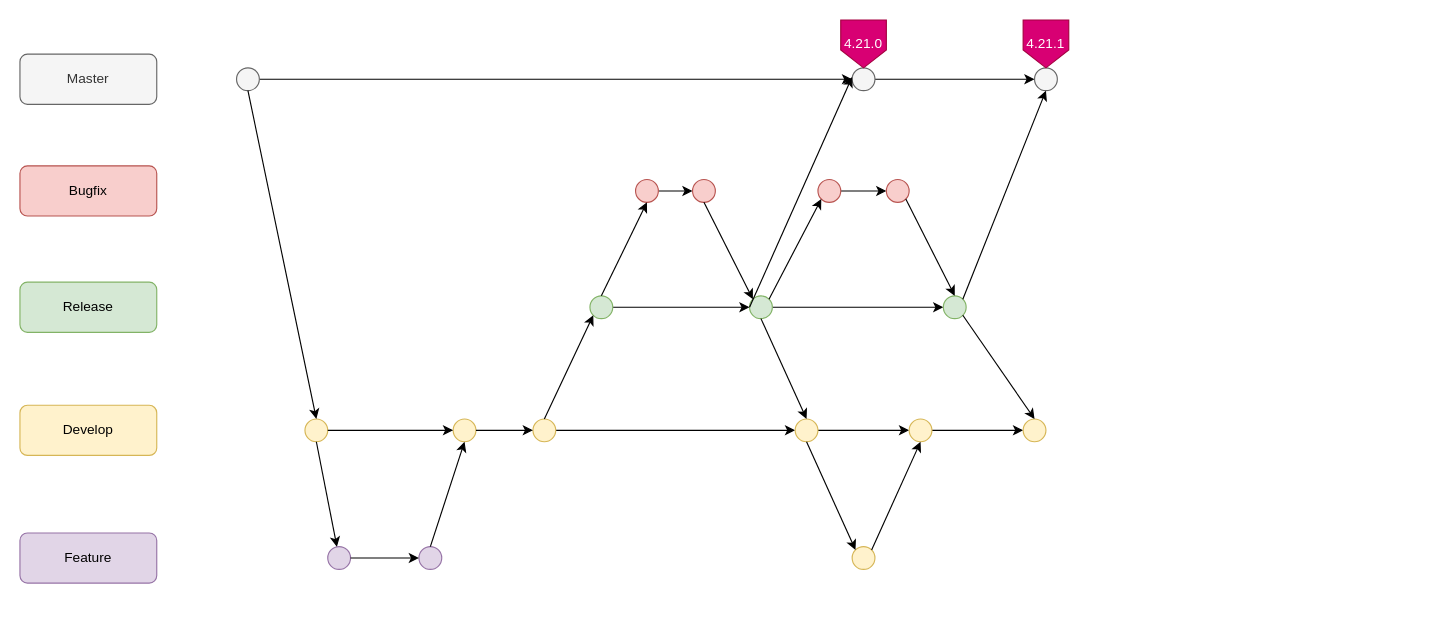
Earlier version of the draw.io diagram gm_diagram/Untitled Diagram.drawio (Xaviou1003/uml_diagram_draw). Source tidied: cells renumbered, new cells numbered last; positions are measured from the earlier drawing's top-left corner, leaving out a move shared by most shapes. Both pictures are drawn from the tidied source at 114%, with x=0, y=0 at pixel (19, 19).
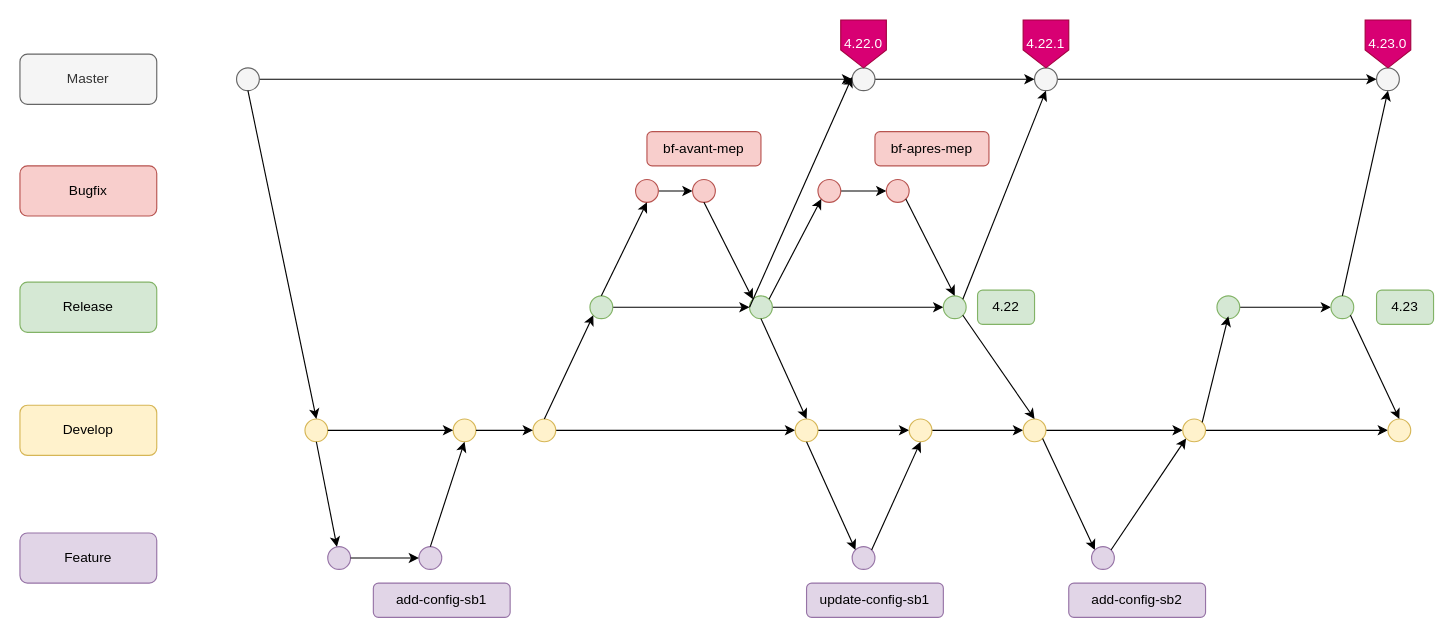
The same page after the edit.

Unchanged cells that the change refers to:
```xml
<mxCell id="6" style="ellipse;whiteSpace=wrap;html=1;fillColor=#f5f5f5;strokeColor=#666666;fontColor=#333333;" parent="1" vertex="1">
  <mxGeometry x="890" y="42" width="20" height="20" as="geometry" />
</mxCell>
<mxCell id="17" style="ellipse;whiteSpace=wrap;html=1;fillColor=#fff2cc;strokeColor=#d6b656;" parent="1" vertex="1">
  <mxGeometry x="880" y="350" width="20" height="20" as="geometry" />
</mxCell>
```

What changed in the source:
```diff
@@
+    <mxCell id="54" style="edgeStyle=orthogonalEdgeStyle;rounded=0;jettySize=auto;html=1;" parent="1" edge="1" source="6" target="55">
+      <mxGeometry relative="1" as="geometry" />
+    </mxCell>
@@
+    <mxCell id="55" style="ellipse;whiteSpace=wrap;html=1;fillColor=#f5f5f5;strokeColor=#666666;fontColor=#333333;" parent="1" vertex="1">
+      <mxGeometry x="1190" y="42" width="20" height="20" as="geometry" />
+    </mxCell>
@@
+    <mxCell id="56" style="edgeStyle=orthogonalEdgeStyle;rounded=0;jettySize=auto;html=1;" parent="1" edge="1" source="17" target="58">
+      <mxGeometry relative="1" as="geometry" />
+    </mxCell>
@@
+    <mxCell id="57" style="edgeStyle=orthogonalEdgeStyle;rounded=0;jettySize=auto;html=1;" parent="1" edge="1" source="58" target="59">
+      <mxGeometry relative="1" as="geometry" />
+    </mxCell>
+    <mxCell id="58" style="ellipse;whiteSpace=wrap;html=1;fillColor=#fff2cc;strokeColor=#d6b656;" parent="1" vertex="1">
+      <mxGeometry x="1020" y="350" width="20" height="20" as="geometry" />
+    </mxCell>
+    <mxCell id="59" style="ellipse;whiteSpace=wrap;html=1;fillColor=#fff2cc;strokeColor=#d6b656;" parent="1" vertex="1">
+      <mxGeometry x="1200" y="350" width="20" height="20" as="geometry" />
+    </mxCell>
@@
+    <mxCell id="60" style="edgeStyle=orthogonalEdgeStyle;rounded=0;jettySize=auto;html=1;" parent="1" edge="1" source="61" target="62">
+      <mxGeometry relative="1" as="geometry" />
+    </mxCell>
+    <mxCell id="61" style="ellipse;whiteSpace=wrap;html=1;fillColor=#d5e8d4;strokeColor=#82b366;" parent="1" vertex="1">
+      <mxGeometry x="1050" y="242" width="20" height="20" as="geometry" />
+    </mxCell>
+    <mxCell id="62" style="ellipse;whiteSpace=wrap;html=1;fillColor=#d5e8d4;strokeColor=#82b366;" parent="1" vertex="1">
+      <mxGeometry x="1150" y="242" width="20" height="20" as="geometry" />
+    </mxCell>
@@
-    <mxCell id="29" style="ellipse;whiteSpace=wrap;html=1;fillColor=#fff2cc;strokeColor=#d6b656;" parent="1" vertex="1">
+    <mxCell id="29" style="ellipse;whiteSpace=wrap;html=1;fillColor=#e1d5e7;strokeColor=#9673a6;" parent="1" vertex="1">
       <mxGeometry x="730" y="462" width="20" height="20" as="geometry" />
     </mxCell>
@@
-    <mxCell id="46" value="4.21.0" style="shape=offPageConnector;whiteSpace=wrap;html=1;fillColor=#d80073;strokeColor=#A50040;fontColor=#ffffff;" parent="1" vertex="1">
+    <mxCell id="46" value="4.22.0" style="shape=offPageConnector;whiteSpace=wrap;html=1;fillColor=#d80073;strokeColor=#A50040;fontColor=#ffffff;" parent="1" vertex="1">
       <mxGeometry x="720" width="40" height="42" as="geometry" />
     </mxCell>
@@
-    <mxCell id="51" value="4.21.1" style="shape=offPageConnector;whiteSpace=wrap;html=1;fillColor=#d80073;strokeColor=#A50040;fontColor=#ffffff;" parent="1" vertex="1">
+    <mxCell id="51" value="4.22.1" style="shape=offPageConnector;whiteSpace=wrap;html=1;fillColor=#d80073;strokeColor=#A50040;fontColor=#ffffff;" parent="1" vertex="1">
       <mxGeometry x="880" width="40" height="42" as="geometry" />
     </mxCell>
@@
+    <mxCell id="63" style="endArrow=classic;html=1;exitX=1;exitY=1;exitDx=0;exitDy=0;entryX=0;entryY=0;entryDx=0;entryDy=0;" parent="1" edge="1" source="17" target="64">
+      <mxGeometry relative="1" as="geometry" />
+    </mxCell>
+    <mxCell id="64" style="ellipse;whiteSpace=wrap;html=1;fillColor=#e1d5e7;strokeColor=#9673a6;" parent="1" vertex="1">
+      <mxGeometry x="940" y="462" width="20" height="20" as="geometry" />
+    </mxCell>
+    <mxCell id="65" style="endArrow=classic;html=1;exitX=1;exitY=0;exitDx=0;exitDy=0;entryX=0;entryY=1;entryDx=0;entryDy=0;" parent="1" edge="1" source="64" target="58">
+      <mxGeometry relative="1" as="geometry" />
+    </mxCell>
+    <mxCell id="66" style="endArrow=classic;html=1;exitX=1;exitY=0;exitDx=0;exitDy=0;entryX=0.5;entryY=0.9;entryDx=0;entryDy=0;entryPerimeter=0;" parent="1" edge="1" source="58" target="61">
+      <mxGeometry relative="1" as="geometry" />
+    </mxCell>
+    <mxCell id="67" style="endArrow=classic;html=1;entryX=0.5;entryY=0;entryDx=0;entryDy=0;exitX=1;exitY=1;exitDx=0;exitDy=0;" parent="1" edge="1" source="62" target="59">
+      <mxGeometry relative="1" as="geometry" />
+    </mxCell>
+    <mxCell id="68" style="endArrow=classic;html=1;entryX=0.5;entryY=1;entryDx=0;entryDy=0;exitX=0.5;exitY=0;exitDx=0;exitDy=0;" parent="1" edge="1" source="62" target="55">
+      <mxGeometry relative="1" as="geometry" />
+    </mxCell>
+    <mxCell id="69" value="4.23.0" style="shape=offPageConnector;whiteSpace=wrap;html=1;fillColor=#d80073;strokeColor=#A50040;fontColor=#ffffff;" parent="1" vertex="1">
+      <mxGeometry x="1180" width="40" height="42" as="geometry" />
+    </mxCell>
+    <mxCell id="70" value="&lt;div&gt;add-config-sb1&lt;/div&gt;" style="rounded=1;whiteSpace=wrap;html=1;fillColor=#e1d5e7;strokeColor=#9673a6;" parent="1" vertex="1">
+      <mxGeometry x="310" y="494" width="120" height="30" as="geometry" />
+    </mxCell>
+    <mxCell id="71" value="4.22" style="rounded=1;whiteSpace=wrap;html=1;fillColor=#d5e8d4;strokeColor=#82b366;" parent="1" vertex="1">
+      <mxGeometry x="840" y="237" width="50" height="30" as="geometry" />
+    </mxCell>
+    <mxCell id="72" value="4.23" style="rounded=1;whiteSpace=wrap;html=1;fillColor=#d5e8d4;strokeColor=#82b366;" parent="1" vertex="1">
+      <mxGeometry x="1190" y="237" width="50" height="30" as="geometry" />
+    </mxCell>
+    <mxCell id="73" value="bf-avant-mep" style="rounded=1;whiteSpace=wrap;html=1;fillColor=#f8cecc;strokeColor=#b85450;" parent="1" vertex="1">
+      <mxGeometry x="550" y="98" width="100" height="30" as="geometry" />
+    </mxCell>
+    <mxCell id="74" value="bf-apres-mep" style="rounded=1;whiteSpace=wrap;html=1;fillColor=#f8cecc;strokeColor=#b85450;" parent="1" vertex="1">
+      <mxGeometry x="750" y="98" width="100" height="30" as="geometry" />
+    </mxCell>
+    <mxCell id="75" value="&lt;div&gt;update-config-sb1&lt;/div&gt;" style="rounded=1;whiteSpace=wrap;html=1;fillColor=#e1d5e7;strokeColor=#9673a6;" parent="1" vertex="1">
+      <mxGeometry x="690" y="494" width="120" height="30" as="geometry" />
+    </mxCell>
+    <mxCell id="76" value="&lt;div&gt;add-config-sb2&lt;/div&gt;" style="rounded=1;whiteSpace=wrap;html=1;fillColor=#e1d5e7;strokeColor=#9673a6;" parent="1" vertex="1">
+      <mxGeometry x="920" y="494" width="120" height="30" as="geometry" />
+    </mxCell>
```
